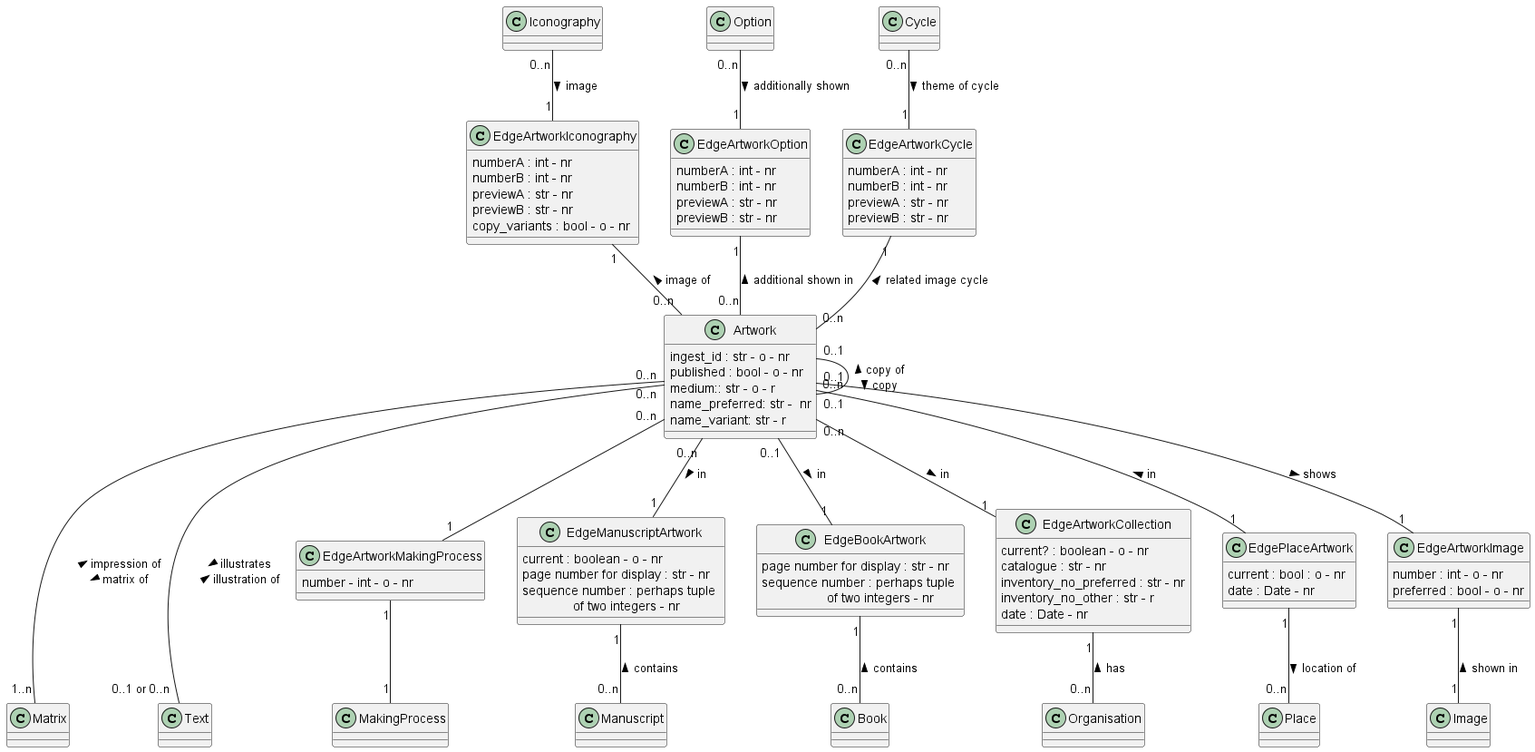
Earlier version of the PlantUML export documentation/class_diagrams/Artwork.png (tmasch/bpf_be).
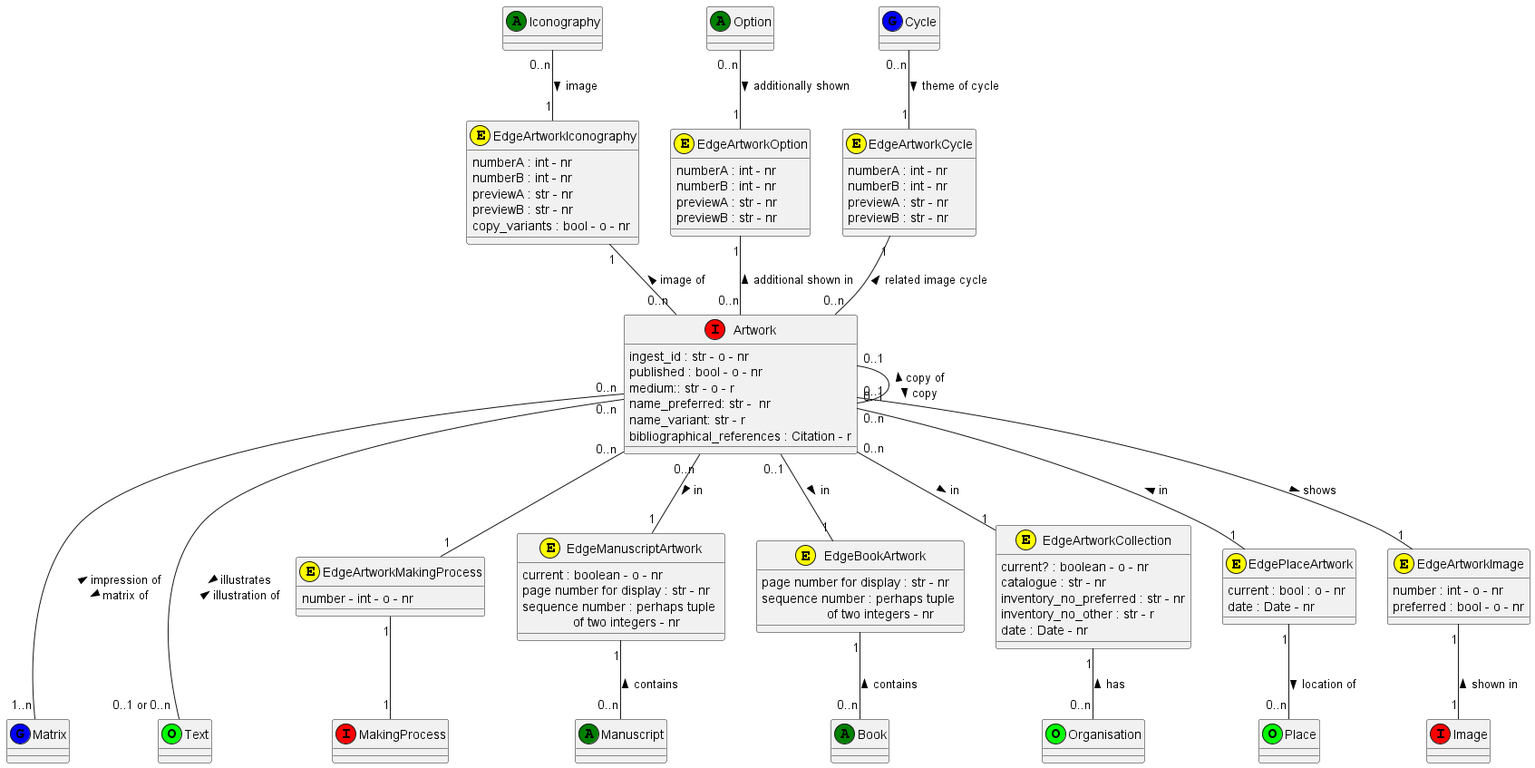
Later version of the same file.

Diff of the diagram source:
```diff
@@ -1,78 +1,79 @@
-@startuml
-Class Artwork
+@startuml Artwork
+Class Artwork << (I,red)>>
 Artwork : ingest_id : str - o - nr
 Artwork : published : bool - o - nr
 Artwork : medium:: str - o - r
 Artwork : name_preferred: str -  nr
 Artwork : name_variant: str - r
+Artwork : bibliographical_references : Citation - r
 
 
 
-class MakingProcess
+class MakingProcess <<(I,red)>>
 
-class Matrix
+class Matrix << (G,blue)>>
 
-class Manuscript
+class Manuscript <<(A,Green)>>
 
-class Book
+class Book <<(A,Green)>>
 
-class Place
+class Place <<(O,lime)>>
 
-class Organisation
+class Organisation <<(O,Lime)>>
 
-class Text
+class Text <<(O,Lime)>>
 
-class Iconography
+class Iconography <<(A,Green)>>
 
-class Option
+class Option <<(A,Green)>>
 
-class Cycle
+class Cycle << (G,blue)>>
 
-class Image
+class Image << (I,red)>>
 
-class EdgeArtworkMakingProcess
+class EdgeArtworkMakingProcess << (E,yellow) >>
 EdgeArtworkMakingProcess : number - int - o - nr
 
-class EdgeManuscriptArtwork
+class EdgeManuscriptArtwork << (E,yellow) >>
 EdgeManuscriptArtwork : current : boolean - o - nr
 EdgeManuscriptArtwork : page number for display : str - nr
 EdgeManuscriptArtwork : sequence number : perhaps tuple \n              of two integers - nr
 
-class EdgeBookArtwork
+class EdgeBookArtwork << (E,yellow) >>
 EdgeBookArtwork : page number for display : str - nr
 EdgeBookArtwork : sequence number : perhaps tuple \n                  of two integers - nr
 
-class EdgeArtworkCollection
+class EdgeArtworkCollection << (E,yellow) >>
 EdgeArtworkCollection : current? : boolean - o - nr
 EdgeArtworkCollection : catalogue : str - nr
 EdgeArtworkCollection : inventory_no_preferred : str - nr
 EdgeArtworkCollection : inventory_no_other : str - r
 EdgeArtworkCollection : date : Date - nr
 
-class EdgePlaceArtwork
+class EdgePlaceArtwork << (E,yellow) >>
 EdgePlaceArtwork : current : bool : o - nr
 EdgePlaceArtwork : date : Date - nr
 
-class EdgeArtworkIconography
+class EdgeArtworkIconography << (E,yellow) >>
 EdgeArtworkIconography : numberA : int - nr
 EdgeArtworkIconography : numberB : int - nr
 EdgeArtworkIconography : previewA : str - nr
 EdgeArtworkIconography : previewB : str - nr
 EdgeArtworkIconography : copy_variants : bool - o - nr
 
-class EdgeArtworkOption
+class EdgeArtworkOption << (E,yellow) >>
 EdgeArtworkOption : numberA : int - nr
 EdgeArtworkOption : numberB : int - nr
 EdgeArtworkOption : previewA : str - nr
 EdgeArtworkOption : previewB : str - nr
 
-class EdgeArtworkCycle
+class EdgeArtworkCycle << (E,yellow) >>
 EdgeArtworkCycle : numberA : int - nr
 EdgeArtworkCycle : numberB : int - nr
 EdgeArtworkCycle : previewA : str - nr
 EdgeArtworkCycle : previewB : str - nr
 
-class EdgeArtworkImage
+class EdgeArtworkImage << (E,yellow) >>
 EdgeArtworkImage : number : int - o - nr
 EdgeArtworkImage : preferred : bool - o - nr
 
```
